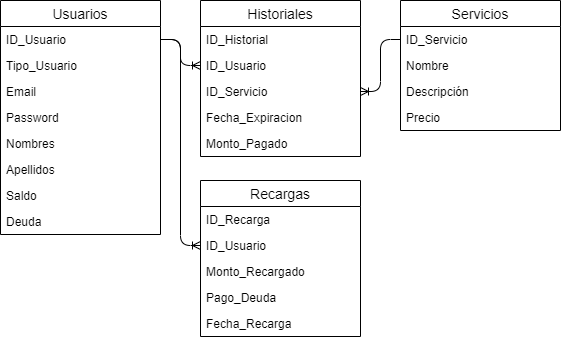
The draw.io diagram models/analista-credito.png in hernanreiq/credit-analyst, before a commit. Source tidied: cells renumbered, new cells last; positions are measured from the earlier drawing's top-left corner, leaving out a move shared by most shapes.
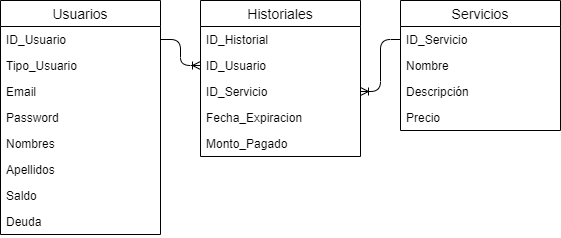
After the change.

Change to the diagram source:
```diff
@@ -68,26 +68,5 @@
     <mxCell id="23" value="Precio" style="text;strokeColor=none;fillColor=none;spacingLeft=4;spacingRight=4;overflow=hidden;fontSize=12;" parent="19" vertex="1">
       <mxGeometry y="104" width="160" height="26" as="geometry" />
     </mxCell>
-    <mxCell id="24" value="Recargas" style="swimlane;fontStyle=0;horizontal=1;startSize=26;align=center;fontSize=14;" parent="1" vertex="1">
-      <mxGeometry x="200" y="180" width="160" height="156" as="geometry" />
-    </mxCell>
-    <mxCell id="25" value="ID_Recarga" style="text;strokeColor=none;fillColor=none;spacingLeft=4;spacingRight=4;overflow=hidden;fontSize=12;" parent="24" vertex="1">
-      <mxGeometry y="26" width="160" height="26" as="geometry" />
-    </mxCell>
-    <mxCell id="26" value="ID_Usuario" style="text;strokeColor=none;fillColor=none;spacingLeft=4;spacingRight=4;overflow=hidden;points=[[0,0.5],[1,0.5]];portConstraint=eastwest;fontSize=12;" parent="24" vertex="1">
-      <mxGeometry y="52" width="160" height="26" as="geometry" />
-    </mxCell>
-    <mxCell id="27" value="Monto_Recargado" style="text;strokeColor=none;fillColor=none;spacingLeft=4;spacingRight=4;overflow=hidden;fontSize=12;" parent="24" vertex="1">
-      <mxGeometry y="78" width="160" height="26" as="geometry" />
-    </mxCell>
-    <mxCell id="28" value="Pago_Deuda" style="text;strokeColor=none;fillColor=none;spacingLeft=4;spacingRight=4;overflow=hidden;fontSize=12;" parent="24" vertex="1">
-      <mxGeometry y="104" width="160" height="26" as="geometry" />
-    </mxCell>
-    <mxCell id="29" value="Fecha_Recarga" style="text;strokeColor=none;fillColor=none;spacingLeft=4;spacingRight=4;overflow=hidden;fontSize=12;" parent="24" vertex="1">
-      <mxGeometry y="130" width="160" height="26" as="geometry" />
-    </mxCell>
-    <mxCell id="30" style="edgeStyle=orthogonalEdgeStyle;fontSize=12;html=1;endArrow=ERoneToMany;exitX=1;exitY=0.5;exitDx=0;exitDy=0;entryX=0;entryY=0.5;entryDx=0;entryDy=0;" parent="1" edge="1" source="11" target="26">
-      <mxGeometry relative="1" as="geometry" />
-    </mxCell>
   </root>
 </mxGraphModel>
```
